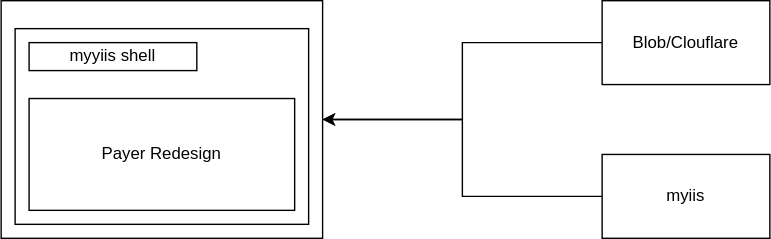
Before: payerredesignOption1.svg, a diagram exported from draw.io (vjavle/invoicecloud). Source tidied: cells renumbered, new cells last; positions are measured from the earlier drawing's top-left corner, leaving out a move shared by most shapes.
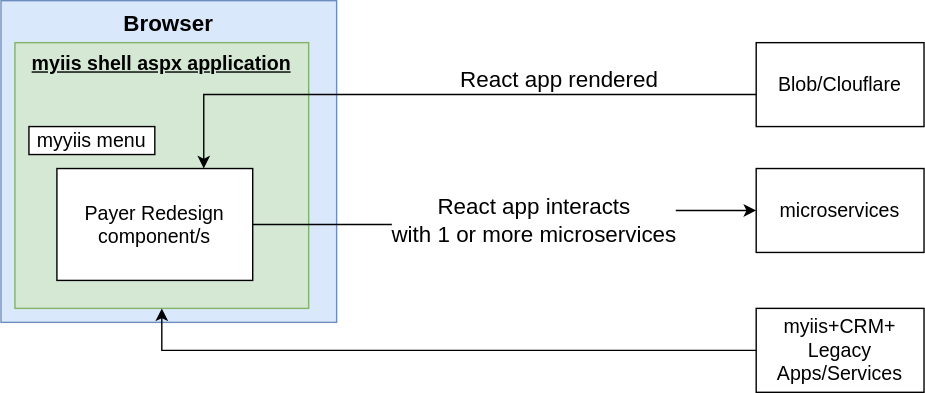
Above is the later version.

Change to the diagram source:
```diff
@@ -2,29 +2,45 @@
   <root>
     <mxCell id="0" />
     <mxCell id="1" parent="0" />
-    <mxCell id="2" style="edgeStyle=orthogonalEdgeStyle;rounded=0;jettySize=auto;html=1;entryX=1;entryY=0.5;entryDx=0;entryDy=0;" parent="1" edge="1" source="3" target="6">
-      <mxGeometry relative="1" as="geometry" />
-    </mxCell>
-    <mxCell id="3" value="Blob/Clouflare" style="rounded=0;whiteSpace=wrap;html=1;" parent="1" vertex="1">
-      <mxGeometry x="430" width="120" height="60" as="geometry" />
-    </mxCell>
-    <mxCell id="4" style="edgeStyle=orthogonalEdgeStyle;rounded=0;jettySize=auto;html=1;entryX=1;entryY=0.5;entryDx=0;entryDy=0;" parent="1" edge="1" source="5" target="6">
-      <mxGeometry relative="1" as="geometry" />
-    </mxCell>
-    <mxCell id="5" value="myiis" style="rounded=0;whiteSpace=wrap;html=1;" parent="1" vertex="1">
-      <mxGeometry x="430" y="110" width="120" height="60" as="geometry" />
-    </mxCell>
-    <mxCell id="6" style="rounded=0;whiteSpace=wrap;html=1;" parent="1" vertex="1">
-      <mxGeometry width="230" height="170" as="geometry" />
+    <mxCell id="6" value="Browser" style="rounded=0;whiteSpace=wrap;html=1;verticalAlign=top;fontSize=16;fillColor=#dae8fc;strokeColor=#6c8ebf;fontStyle=1;" parent="1" vertex="1">
+      <mxGeometry y="-60" width="240" height="230" as="geometry" />
     </mxCell>
-    <mxCell id="7" style="rounded=0;whiteSpace=wrap;html=1;" parent="1" vertex="1">
-      <mxGeometry x="10" y="20" width="210" height="140" as="geometry" />
+    <mxCell id="7" value="myiis shell aspx application" style="rounded=0;whiteSpace=wrap;html=1;fontSize=14;verticalAlign=top;fontStyle=5;fillColor=#d5e8d4;strokeColor=#82b366;" parent="1" vertex="1">
+      <mxGeometry x="10" y="-30" width="210" height="190" as="geometry" />
     </mxCell>
+    <mxCell id="10" style="edgeStyle=orthogonalEdgeStyle;rounded=0;jettySize=auto;html=1;entryX=0.75;entryY=0;entryDx=0;entryDy=0;fontSize=16;exitX=0.033;exitY=0.618;exitDx=0;exitDy=0;exitPerimeter=0;" parent="1" edge="1" source="3" target="9">
+      <mxGeometry relative="1" as="geometry" />
+    </mxCell>
+    <mxCell id="11" value="React app rendered" style="edgeLabel;html=1;align=center;verticalAlign=middle;fontSize=16;" parent="10" vertex="1">
+      <mxGeometry x="-0.23" y="3" relative="1" as="geometry">
+        <mxPoint x="30" y="-15" as="offset" />
+      </mxGeometry>
+    </mxCell>
+    <mxCell id="3" value="Blob/Clouflare" style="rounded=0;whiteSpace=wrap;html=1;fontSize=14;" parent="1" vertex="1">
+      <mxGeometry x="540" y="-30" width="120" height="60" as="geometry" />
+    </mxCell>
+    <mxCell id="12" style="edgeStyle=orthogonalEdgeStyle;rounded=0;jettySize=auto;html=1;entryX=0.5;entryY=1;entryDx=0;entryDy=0;fontSize=14;" parent="1" edge="1" source="5" target="7">
+      <mxGeometry relative="1" as="geometry" />
+    </mxCell>
+    <mxCell id="5" value="myiis+CRM+ Legacy Apps/Services" style="rounded=0;whiteSpace=wrap;html=1;fontSize=14;" parent="1" vertex="1">
+      <mxGeometry x="540" y="160" width="120" height="60" as="geometry" />
+    </mxCell>
-    <mxCell id="8" value="myyiis shell" style="rounded=0;whiteSpace=wrap;html=1;" parent="1" vertex="1">
-      <mxGeometry x="20" y="30" width="120" height="20" as="geometry" />
+    <mxCell id="8" value="myyiis menu" style="rounded=0;whiteSpace=wrap;html=1;fontSize=14;" parent="1" vertex="1">
+      <mxGeometry x="20" y="30" width="90" height="20" as="geometry" />
     </mxCell>
-    <mxCell id="9" value="Payer Redesign" style="rounded=0;whiteSpace=wrap;html=1;" parent="1" vertex="1">
-      <mxGeometry x="20" y="70" width="190" height="80" as="geometry" />
+    <mxCell id="9" value="Payer Redesign component/s" style="rounded=0;whiteSpace=wrap;html=1;fontSize=14;" parent="1" vertex="1">
+      <mxGeometry x="40" y="60" width="140" height="80" as="geometry" />
     </mxCell>
+    <mxCell id="13" style="edgeStyle=orthogonalEdgeStyle;rounded=0;jettySize=auto;html=1;entryX=1;entryY=0.5;entryDx=0;entryDy=0;fontSize=16;startArrow=classic;startFill=1;endArrow=none;endFill=0;" parent="1" edge="1" source="15" target="9">
+      <mxGeometry relative="1" as="geometry" />
+    </mxCell>
+    <mxCell id="14" value="React app interacts&lt;br&gt;with 1 or more microservices" style="edgeLabel;html=1;align=center;verticalAlign=middle;fontSize=16;" parent="13" vertex="1">
+      <mxGeometry x="0.15" y="1" relative="1" as="geometry">
+        <mxPoint x="42" y="-5" as="offset" />
+      </mxGeometry>
+    </mxCell>
+    <mxCell id="15" value="microservices" style="rounded=0;whiteSpace=wrap;html=1;fontSize=14;" parent="1" vertex="1">
+      <mxGeometry x="540" y="60" width="120" height="60" as="geometry" />
+    </mxCell>
   </root>
 </mxGraphModel>
```
